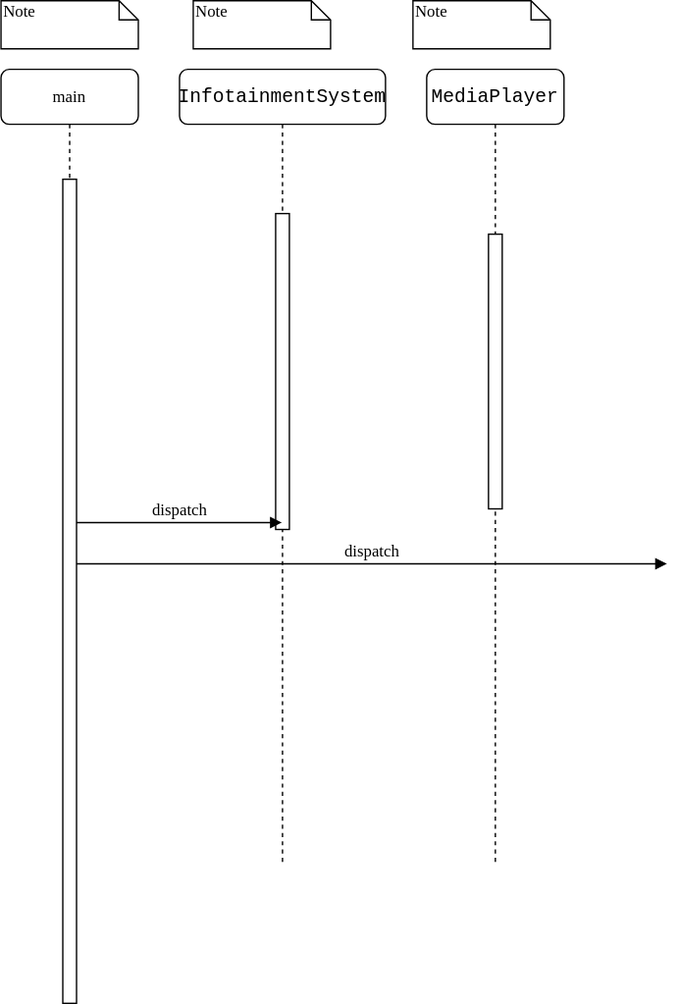
The draw.io diagram exercises/exercise2/diagram.drawio.svg in iwakawa0510/UML_Practice, before a commit. Source tidied: cells renumbered, new cells last; positions are measured from the earlier drawing's top-left corner, leaving out a move shared by most shapes.
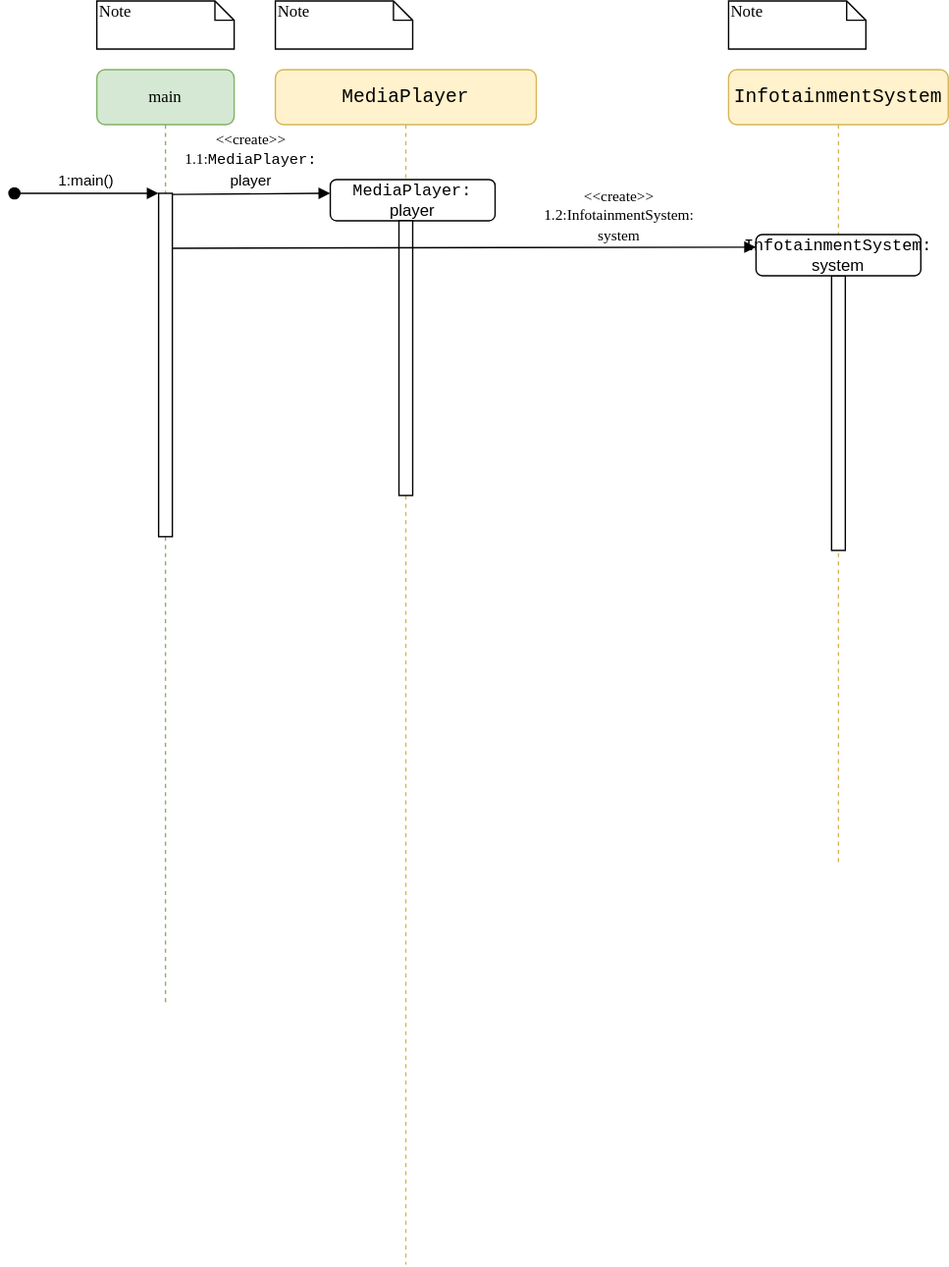
Later version of the same file.

Commit message:
diagram.drawio.svg を更新します

What changed in the source:
```diff
@@ -2,40 +2,64 @@
   <root>
     <mxCell id="0" />
     <mxCell id="1" parent="0" />
-    <mxCell id="2" value="&lt;div style=&quot;line-height: 19px;&quot;&gt;&lt;font style=&quot;&quot; face=&quot;Consolas, Courier New, monospace&quot;&gt;&lt;span style=&quot;font-size: 14px; white-space: pre;&quot;&gt;InfotainmentSystem&lt;/span&gt;&lt;/font&gt;&lt;/div&gt;" style="shape=umlLifeline;perimeter=lifelinePerimeter;whiteSpace=wrap;html=1;outlineConnect=0;rounded=1;shadow=0;comic=0;labelBackgroundColor=none;strokeWidth=1;fontFamily=Verdana;fontSize=12;align=center;" parent="1" vertex="1">
-      <mxGeometry x="130" y="50" width="150" height="580" as="geometry" />
+    <mxCell id="2" value="&lt;div style=&quot;line-height: 19px;&quot;&gt;&lt;div style=&quot;font-family: Consolas, &amp;quot;Courier New&amp;quot;, monospace; font-size: 14px; line-height: 19px; white-space: pre;&quot;&gt;MediaPlayer&lt;/div&gt;&lt;/div&gt;" style="shape=umlLifeline;perimeter=lifelinePerimeter;whiteSpace=wrap;html=1;outlineConnect=0;rounded=1;shadow=0;comic=0;labelBackgroundColor=none;strokeWidth=1;fontFamily=Verdana;fontSize=12;align=center;fillColor=#fff2cc;strokeColor=#d6b656;" parent="1" vertex="1">
+      <mxGeometry x="130" y="50" width="190" height="870" as="geometry" />
     </mxCell>
-    <mxCell id="3" style="html=1;perimeter=orthogonalPerimeter;rounded=0;shadow=0;comic=0;labelBackgroundColor=none;strokeWidth=1;fontFamily=Verdana;fontSize=12;align=center;" parent="2" vertex="1">
-      <mxGeometry x="70" y="105" width="10" height="230" as="geometry" />
-    </mxCell>
+    <mxCell id="13" value="&lt;span style=&quot;font-family: Consolas, &amp;quot;Courier New&amp;quot;, monospace; white-space: pre;&quot;&gt;&lt;font&gt;MediaPlayer:&lt;/font&gt;&lt;/span&gt;&lt;div&gt;player&lt;/div&gt;" style="rounded=1;whiteSpace=wrap;html=1;" parent="2" vertex="1">
+      <mxGeometry x="40" y="80" width="120" height="30" as="geometry" />
+    </mxCell>
+    <mxCell id="14" style="html=1;perimeter=orthogonalPerimeter;rounded=0;shadow=0;comic=0;labelBackgroundColor=none;strokeWidth=1;fontFamily=Verdana;fontSize=12;align=center;" parent="2" vertex="1">
+      <mxGeometry x="90" y="110" width="10" height="200" as="geometry" />
+    </mxCell>
-    <mxCell id="4" value="&lt;div style=&quot;font-family: Consolas, &amp;quot;Courier New&amp;quot;, monospace; font-size: 14px; line-height: 19px; white-space: pre;&quot;&gt;MediaPlayer&lt;/div&gt;" style="shape=umlLifeline;perimeter=lifelinePerimeter;whiteSpace=wrap;html=1;rounded=1;shadow=0;comic=0;labelBackgroundColor=none;strokeWidth=1;fontFamily=Verdana;fontSize=12;align=center;" parent="1" vertex="1">
-      <mxGeometry x="310" y="50" width="100" height="580" as="geometry" />
+    <mxCell id="4" value="&lt;div style=&quot;font-family: Consolas, &amp;quot;Courier New&amp;quot;, monospace; font-size: 14px; line-height: 19px; white-space: pre;&quot;&gt;InfotainmentSystem&lt;/div&gt;" style="shape=umlLifeline;perimeter=lifelinePerimeter;whiteSpace=wrap;html=1;rounded=1;shadow=0;comic=0;labelBackgroundColor=none;strokeWidth=1;fontFamily=Verdana;fontSize=12;align=center;fillColor=#fff2cc;strokeColor=#d6b656;" parent="1" vertex="1">
+      <mxGeometry x="460" y="50" width="160" height="580" as="geometry" />
     </mxCell>
     <mxCell id="5" style="html=1;perimeter=orthogonalPerimeter;rounded=0;shadow=0;comic=0;labelBackgroundColor=none;strokeWidth=1;fontFamily=Verdana;fontSize=12;align=center;" parent="4" vertex="1">
-      <mxGeometry x="45" y="120" width="10" height="200" as="geometry" />
+      <mxGeometry x="75" y="150" width="10" height="200" as="geometry" />
     </mxCell>
+    <mxCell id="15" value="&lt;span style=&quot;font-family: Consolas, &amp;quot;Courier New&amp;quot;, monospace; white-space: pre;&quot;&gt;&lt;font&gt;InfotainmentSystem:&lt;/font&gt;&lt;/span&gt;&lt;div&gt;system&lt;/div&gt;" style="rounded=1;whiteSpace=wrap;html=1;" parent="4" vertex="1">
+      <mxGeometry x="20" y="120" width="120" height="30" as="geometry" />
+    </mxCell>
-    <mxCell id="6" value="main" style="shape=umlLifeline;perimeter=lifelinePerimeter;whiteSpace=wrap;html=1;rounded=1;shadow=0;comic=0;labelBackgroundColor=none;strokeWidth=1;fontFamily=Verdana;fontSize=12;align=center;" parent="1" vertex="1">
+    <mxCell id="6" value="main" style="shape=umlLifeline;perimeter=lifelinePerimeter;whiteSpace=wrap;html=1;rounded=1;shadow=0;comic=0;labelBackgroundColor=none;strokeWidth=1;fontFamily=Verdana;fontSize=12;align=center;fillColor=#d5e8d4;strokeColor=#82b366;" parent="1" vertex="1">
       <mxGeometry y="50" width="100" height="680" as="geometry" />
     </mxCell>
     <mxCell id="7" style="html=1;points=[];perimeter=orthogonalPerimeter;rounded=0;shadow=0;comic=0;labelBackgroundColor=none;strokeWidth=1;fontFamily=Verdana;fontSize=12;align=center;" parent="6" vertex="1">
-      <mxGeometry x="45" y="80" width="10" height="600" as="geometry" />
+      <mxGeometry x="45" y="90" width="10" height="250" as="geometry" />
     </mxCell>
-    <mxCell id="8" value="dispatch" style="html=1;verticalAlign=bottom;endArrow=block;entryX=0;entryY=0;labelBackgroundColor=none;fontFamily=Verdana;fontSize=12;" parent="1" edge="1" source="7">
-      <mxGeometry relative="1" as="geometry">
-        <mxPoint x="485" y="410" as="targetPoint" />
-      </mxGeometry>
-    </mxCell>
-    <mxCell id="9" value="dispatch" style="html=1;verticalAlign=bottom;endArrow=block;labelBackgroundColor=none;fontFamily=Verdana;fontSize=12;edgeStyle=elbowEdgeStyle;elbow=vertical;" parent="1" edge="1" source="7" target="2">
-      <mxGeometry relative="1" as="geometry" />
-    </mxCell>
+    <mxCell id="16" value="&lt;font style=&quot;font-size: 11px;&quot;&gt;&amp;lt;&amp;lt;create&amp;gt;&amp;gt;&lt;br&gt;1.2:InfotainmentSystem:&lt;br&gt;system&lt;/font&gt;" style="html=1;verticalAlign=bottom;endArrow=block;labelBackgroundColor=none;fontFamily=Verdana;fontSize=12;edgeStyle=elbowEdgeStyle;elbow=vertical;exitX=0.857;exitY=0.334;exitDx=0;exitDy=0;exitPerimeter=0;" parent="6" edge="1">
+      <mxGeometry x="0.53" y="-1" relative="1" as="geometry">
+        <mxPoint x="55" y="130" as="sourcePoint" />
+        <mxPoint x="480" y="129" as="targetPoint" />
+        <Array as="points">
+          <mxPoint x="180" y="129.2" />
+          <mxPoint x="156.4" y="129.6" />
+        </Array>
+      </mxGeometry>
+    </mxCell>
+    <mxCell id="17" value="1:main()" style="html=1;verticalAlign=bottom;startArrow=oval;startFill=1;endArrow=block;startSize=8;curved=0;rounded=0;" parent="6" edge="1">
+      <mxGeometry relative="1" as="geometry">
+        <mxPoint x="-60" y="90" as="sourcePoint" />
+        <mxPoint x="45" y="90" as="targetPoint" />
+      </mxGeometry>
+    </mxCell>
     <mxCell id="10" value="Note" style="shape=note;whiteSpace=wrap;html=1;size=14;verticalAlign=top;align=left;spacingTop=-6;rounded=0;shadow=0;comic=0;labelBackgroundColor=none;strokeWidth=1;fontFamily=Verdana;fontSize=12;" parent="1" vertex="1">
       <mxGeometry width="100" height="35" as="geometry" />
     </mxCell>
     <mxCell id="11" value="Note" style="shape=note;whiteSpace=wrap;html=1;size=14;verticalAlign=top;align=left;spacingTop=-6;rounded=0;shadow=0;comic=0;labelBackgroundColor=none;strokeWidth=1;fontFamily=Verdana;fontSize=12;" parent="1" vertex="1">
-      <mxGeometry x="140" width="100" height="35" as="geometry" />
+      <mxGeometry x="130" width="100" height="35" as="geometry" />
     </mxCell>
     <mxCell id="12" value="Note" style="shape=note;whiteSpace=wrap;html=1;size=14;verticalAlign=top;align=left;spacingTop=-6;rounded=0;shadow=0;comic=0;labelBackgroundColor=none;strokeWidth=1;fontFamily=Verdana;fontSize=12;" parent="1" vertex="1">
-      <mxGeometry x="300" width="100" height="35" as="geometry" />
+      <mxGeometry x="460" width="100" height="35" as="geometry" />
     </mxCell>
+    <mxCell id="9" value="&lt;font style=&quot;font-size: 11px;&quot;&gt;&amp;lt;&amp;lt;create&amp;gt;&amp;gt;&lt;br&gt;&lt;font&gt;1.1:&lt;span style=&quot;font-family: Consolas, &amp;quot;Courier New&amp;quot;, monospace; white-space-collapse: preserve;&quot;&gt;MediaPlayer:&lt;/span&gt;&lt;/font&gt;&lt;/font&gt;&lt;div style=&quot;font-family: Helvetica; text-wrap-mode: wrap;&quot;&gt;&lt;font style=&quot;font-size: 11px;&quot;&gt;player&lt;/font&gt;&lt;/div&gt;" style="html=1;verticalAlign=bottom;endArrow=block;labelBackgroundColor=none;fontFamily=Verdana;fontSize=12;edgeStyle=elbowEdgeStyle;elbow=vertical;exitX=0.857;exitY=0.334;exitDx=0;exitDy=0;exitPerimeter=0;" parent="1" edge="1">
+      <mxGeometry relative="1" as="geometry">
+        <mxPoint x="55" y="140.8" as="sourcePoint" />
+        <mxPoint x="170" y="140" as="targetPoint" />
+        <Array as="points">
+          <mxPoint x="180" y="140" />
+          <mxPoint x="156.4" y="140.4" />
+        </Array>
+      </mxGeometry>
+    </mxCell>
   </root>
 </mxGraphModel>
```
